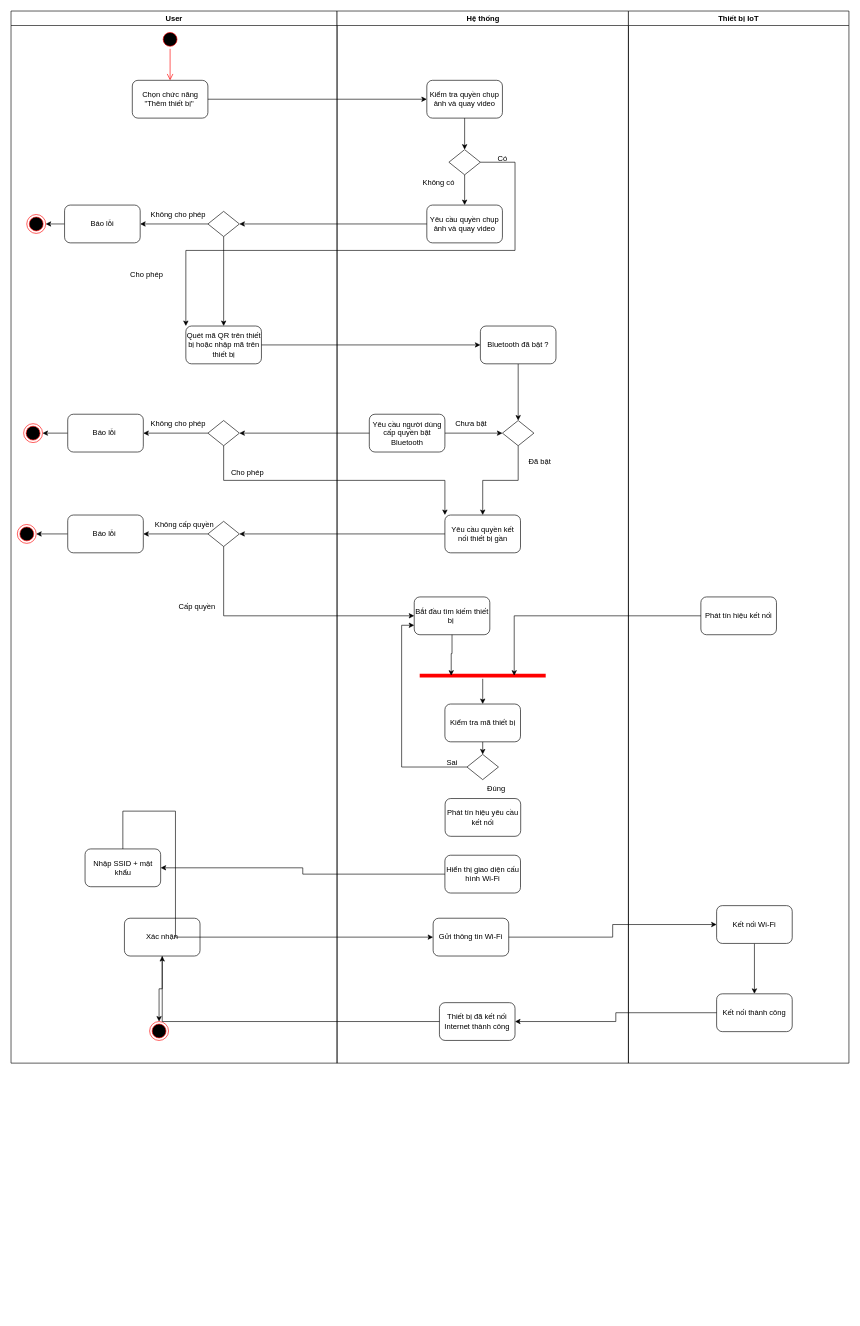
cuongceg/BTL-IT3120 keeps this draw.io diagram as Activity diagram/add_device.drawio. Above is the earlier version. Source tidied: cells renumbered, new cells numbered last; positions are measured from the earlier drawing's top-left corner, leaving out a move shared by most shapes. Both pictures are drawn from the tidied source at 63%, with x=0, y=0 at pixel (11, 11).
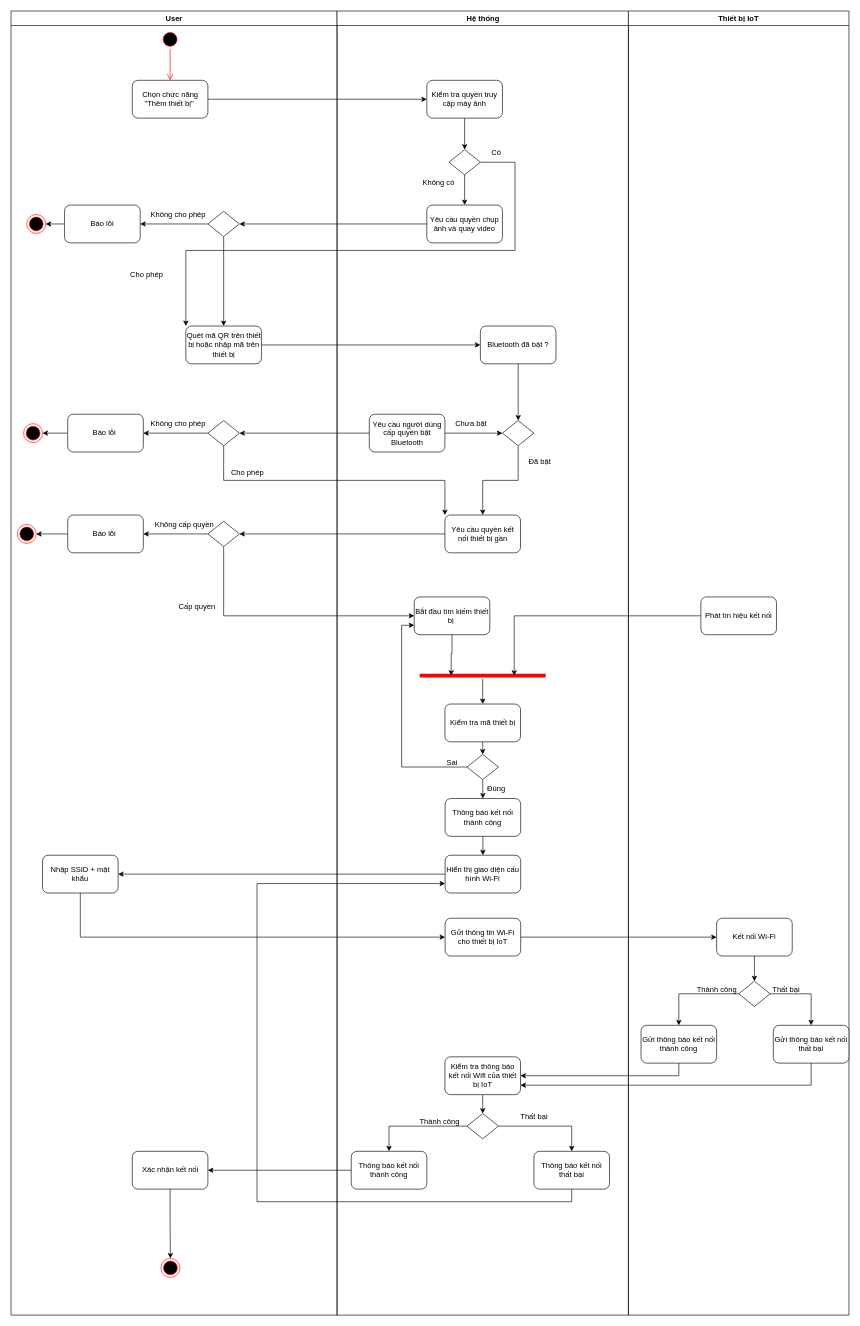
The same diagram, later.

Commit message:
Cập nhật add_device.drawio

Unchanged cells that the change refers to:
```xml
<mxCell id="59" style="rhombus;whiteSpace=wrap;html=1;" parent="33" vertex="1">
  <mxGeometry x="206.2" y="1180" width="50" height="40" as="geometry" />
</mxCell>
```

The edit, as a diff of the source:
```diff
@@
     <mxCell id="2" value="User" style="swimlane;whiteSpace=wrap;html=1;" parent="1" vertex="1">
-      <mxGeometry width="517.5" height="1670" as="geometry" />
+      <mxGeometry width="517.5" height="2070" as="geometry" />
     </mxCell>
@@
     <mxCell id="13" value="Nhập SSID + mật khẩu" style="whiteSpace=wrap;html=1;rounded=1;" parent="2" vertex="1">
-      <mxGeometry x="117.5" y="1330" width="120" height="60" as="geometry" />
+      <mxGeometry x="50" y="1340" width="120" height="60" as="geometry" />
     </mxCell>
-    <mxCell id="14" style="edgeStyle=orthogonalEdgeStyle;rounded=0;jettySize=auto;html=1;exitX=0.5;exitY=1;exitDx=0;exitDy=0;entryX=0.5;entryY=0;entryDx=0;entryDy=0;" parent="2" edge="1" source="15" target="16">
-      <mxGeometry relative="1" as="geometry" />
-    </mxCell>
-    <mxCell id="15" value="Xác nhận" style="whiteSpace=wrap;html=1;rounded=1;" parent="2" vertex="1">
-      <mxGeometry x="180" y="1440" width="120" height="60" as="geometry" />
-    </mxCell>
-    <mxCell id="16" style="ellipse;html=1;shape=endState;fillColor=#000000;strokeColor=#ff0000;" parent="2" vertex="1">
-      <mxGeometry x="220" y="1604" width="30" height="30" as="geometry" />
-    </mxCell>
@@
+    <mxCell id="83" style="edgeStyle=orthogonalEdgeStyle;rounded=0;jettySize=auto;html=1;exitX=0.5;exitY=1;exitDx=0;exitDy=0;entryX=0.5;entryY=0;entryDx=0;entryDy=0;" parent="2" edge="1" source="84" target="85">
+      <mxGeometry relative="1" as="geometry" />
+    </mxCell>
+    <mxCell id="84" value="Xác nhận kết nối" style="rounded=1;whiteSpace=wrap;html=1;" parent="2" vertex="1">
+      <mxGeometry x="192.5" y="1810" width="120" height="60" as="geometry" />
+    </mxCell>
+    <mxCell id="85" style="ellipse;html=1;shape=endState;fillColor=#000000;strokeColor=#ff0000;" parent="2" vertex="1">
+      <mxGeometry x="238" y="1980" width="30" height="30" as="geometry" />
+    </mxCell>
     <mxCell id="33" value="Hệ thống" style="swimlane;whiteSpace=wrap;html=1;" parent="1" vertex="1">
-      <mxGeometry x="517.5" width="462.5" height="1670" as="geometry" />
+      <mxGeometry x="517.5" width="462.5" height="2070" as="geometry" />
     </mxCell>
@@
-    <mxCell id="38" value="Kiểm tra quyền chụp ảnh và quay video" style="whiteSpace=wrap;html=1;rounded=1;" parent="33" vertex="1">
+    <mxCell id="38" value="Kiểm tra quyền truy cập máy ảnh" style="whiteSpace=wrap;html=1;rounded=1;" parent="33" vertex="1">
       <mxGeometry x="142.5" y="110" width="120" height="60" as="geometry" />
     </mxCell>
@@
     <mxCell id="45" value="Hiển thị giao diện cấu hình Wi-Fi" style="whiteSpace=wrap;html=1;rounded=1;" parent="33" vertex="1">
-      <mxGeometry x="171.2" y="1340" width="120" height="60" as="geometry" />
+      <mxGeometry x="171.5" y="1340" width="120" height="60" as="geometry" />
     </mxCell>
-    <mxCell id="46" value="Gửi thông tin Wi-Fi" style="whiteSpace=wrap;html=1;rounded=1;" parent="33" vertex="1">
-      <mxGeometry x="152.5" y="1440" width="120" height="60" as="geometry" />
+    <mxCell id="46" value="Gửi thông tin Wi-Fi cho thiết bị IoT" style="whiteSpace=wrap;html=1;rounded=1;" parent="33" vertex="1">
+      <mxGeometry x="171.5" y="1440" width="120" height="60" as="geometry" />
     </mxCell>
-    <mxCell id="47" value="Thiết bị đã kết nối Internet thành công" style="whiteSpace=wrap;html=1;rounded=1;" parent="33" vertex="1">
-      <mxGeometry x="162.5" y="1574" width="120" height="60" as="geometry" />
-    </mxCell>
     <mxCell id="48" value="Có" style="text;html=1;align=center;verticalAlign=middle;strokeColor=none;fillColor=none;" parent="33" vertex="1">
-      <mxGeometry x="242.5" y="220" width="40" height="30" as="geometry" />
+      <mxGeometry x="232.5" y="210" width="40" height="30" as="geometry" />
     </mxCell>
@@
+    <mxCell id="86" style="edgeStyle=orthogonalEdgeStyle;rounded=0;jettySize=auto;html=1;exitX=0.5;exitY=1;exitDx=0;exitDy=0;entryX=0.5;entryY=0;entryDx=0;entryDy=0;" parent="33" edge="1" source="59" target="62">
+      <mxGeometry relative="1" as="geometry" />
+    </mxCell>
@@
+    <mxCell id="87" style="edgeStyle=orthogonalEdgeStyle;rounded=0;jettySize=auto;html=1;exitX=0.5;exitY=1;exitDx=0;exitDy=0;entryX=0.5;entryY=0;entryDx=0;entryDy=0;" parent="33" edge="1" source="62" target="45">
+      <mxGeometry relative="1" as="geometry" />
+    </mxCell>
-    <mxCell id="62" value="Phát tín hiệu yêu cầu kết nối" style="rounded=1;whiteSpace=wrap;html=1;" parent="33" vertex="1">
+    <mxCell id="62" value="Thông báo kết nối thành công" style="rounded=1;whiteSpace=wrap;html=1;" parent="33" vertex="1">
       <mxGeometry x="171.5" y="1250" width="120" height="60" as="geometry" />
     </mxCell>
+    <mxCell id="88" style="edgeStyle=orthogonalEdgeStyle;rounded=0;jettySize=auto;html=1;exitX=0.5;exitY=1;exitDx=0;exitDy=0;entryX=0.5;entryY=0;entryDx=0;entryDy=0;" parent="33" edge="1" source="89" target="92">
+      <mxGeometry relative="1" as="geometry" />
+    </mxCell>
+    <mxCell id="89" value="Kiểm tra thông báo kết nối Wifi của thiết bị IoT" style="rounded=1;whiteSpace=wrap;html=1;" parent="33" vertex="1">
+      <mxGeometry x="171.2" y="1660" width="120" height="60" as="geometry" />
+    </mxCell>
+    <mxCell id="90" style="edgeStyle=orthogonalEdgeStyle;rounded=0;jettySize=auto;html=1;exitX=0;exitY=0.5;exitDx=0;exitDy=0;entryX=0.5;entryY=0;entryDx=0;entryDy=0;" parent="33" edge="1" source="92" target="93">
+      <mxGeometry relative="1" as="geometry" />
+    </mxCell>
+    <mxCell id="91" style="edgeStyle=orthogonalEdgeStyle;rounded=0;jettySize=auto;html=1;exitX=1;exitY=0.5;exitDx=0;exitDy=0;entryX=0.5;entryY=0;entryDx=0;entryDy=0;" parent="33" edge="1" source="92" target="95">
+      <mxGeometry relative="1" as="geometry" />
+    </mxCell>
+    <mxCell id="92" style="rhombus;whiteSpace=wrap;html=1;" parent="33" vertex="1">
+      <mxGeometry x="206.2" y="1750" width="50" height="40" as="geometry" />
+    </mxCell>
+    <mxCell id="93" value="Thông báo kết nối thành công" style="rounded=1;whiteSpace=wrap;html=1;" parent="33" vertex="1">
+      <mxGeometry x="22.5" y="1810" width="120" height="60" as="geometry" />
+    </mxCell>
+    <mxCell id="94" style="edgeStyle=orthogonalEdgeStyle;rounded=0;jettySize=auto;html=1;exitX=0.5;exitY=1;exitDx=0;exitDy=0;entryX=0;entryY=0.75;entryDx=0;entryDy=0;" parent="33" edge="1" source="95" target="45">
+      <mxGeometry relative="1" as="geometry">
+        <Array as="points">
+          <mxPoint x="373" y="1890" />
+          <mxPoint x="-127" y="1890" />
+          <mxPoint x="-127" y="1385" />
+        </Array>
+      </mxGeometry>
+    </mxCell>
+    <mxCell id="95" value="Thông báo kết nối thất bại" style="rounded=1;whiteSpace=wrap;html=1;" parent="33" vertex="1">
+      <mxGeometry x="312.5" y="1810" width="120" height="60" as="geometry" />
+    </mxCell>
+    <mxCell id="96" value="Thất bại" style="text;html=1;align=center;verticalAlign=middle;strokeColor=none;fillColor=none;" parent="33" vertex="1">
+      <mxGeometry x="277.5" y="1740" width="70" height="30" as="geometry" />
+    </mxCell>
@@
     <mxCell id="69" value="Thiết bị IoT" style="swimlane;whiteSpace=wrap;html=1;" parent="1" vertex="1">
-      <mxGeometry x="980" width="350" height="1670" as="geometry" />
+      <mxGeometry x="980" width="350" height="2070" as="geometry" />
     </mxCell>
@@
-    <mxCell id="71" style="edgeStyle=orthogonalEdgeStyle;rounded=0;jettySize=auto;html=1;" parent="69" edge="1" source="72" target="73">
-      <mxGeometry relative="1" as="geometry" />
-    </mxCell>
     <mxCell id="72" value="Kết nối Wi-Fi" style="whiteSpace=wrap;html=1;rounded=1;" parent="69" vertex="1">
-      <mxGeometry x="140" y="1420" width="120" height="60" as="geometry" />
+      <mxGeometry x="140" y="1440" width="120" height="60" as="geometry" />
     </mxCell>
-    <mxCell id="73" value="Kết nối thành công" style="whiteSpace=wrap;html=1;rounded=1;" parent="69" vertex="1">
-      <mxGeometry x="140" y="1560" width="120" height="60" as="geometry" />
+    <mxCell id="73" value="Gửi thông báo kết nối thành công" style="whiteSpace=wrap;html=1;rounded=1;" parent="69" vertex="1">
+      <mxGeometry x="20" y="1610" width="120" height="60" as="geometry" />
     </mxCell>
+    <mxCell id="97" style="edgeStyle=orthogonalEdgeStyle;rounded=0;jettySize=auto;html=1;exitX=0;exitY=0.5;exitDx=0;exitDy=0;" parent="69" edge="1" source="99" target="73">
+      <mxGeometry relative="1" as="geometry" />
+    </mxCell>
+    <mxCell id="98" style="edgeStyle=orthogonalEdgeStyle;rounded=0;jettySize=auto;html=1;exitX=1;exitY=0.5;exitDx=0;exitDy=0;entryX=0.5;entryY=0;entryDx=0;entryDy=0;" parent="69" edge="1" source="99" target="101">
+      <mxGeometry relative="1" as="geometry" />
+    </mxCell>
+    <mxCell id="99" style="rhombus;whiteSpace=wrap;html=1;" parent="69" vertex="1">
+      <mxGeometry x="175" y="1540" width="50" height="40" as="geometry" />
+    </mxCell>
+    <mxCell id="100" style="edgeStyle=orthogonalEdgeStyle;rounded=0;jettySize=auto;html=1;" parent="69" edge="1" source="72" target="99">
+      <mxGeometry relative="1" as="geometry" />
+    </mxCell>
+    <mxCell id="101" value="Gửi thông báo kết nối thất bại" style="rounded=1;whiteSpace=wrap;html=1;" parent="69" vertex="1">
+      <mxGeometry x="230" y="1610" width="120" height="60" as="geometry" />
+    </mxCell>
@@
-    <mxCell id="75" style="edgeStyle=orthogonalEdgeStyle;rounded=0;jettySize=auto;html=1;" parent="1" edge="1" source="13" target="46">
-      <mxGeometry relative="1" as="geometry">
-        <Array as="points">
-          <mxPoint x="261" y="1270" />
-        </Array>
-      </mxGeometry>
-    </mxCell>
@@
-    <mxCell id="77" style="edgeStyle=orthogonalEdgeStyle;rounded=0;jettySize=auto;html=1;" parent="1" edge="1" source="73" target="47">
-      <mxGeometry relative="1" as="geometry" />
-    </mxCell>
-    <mxCell id="78" style="edgeStyle=orthogonalEdgeStyle;rounded=0;jettySize=auto;html=1;" parent="1" edge="1" source="47" target="15">
-      <mxGeometry relative="1" as="geometry" />
-    </mxCell>
@@
+    <mxCell id="102" value="Thành công" style="text;html=1;align=center;verticalAlign=middle;strokeColor=none;fillColor=none;" parent="1" vertex="1">
+      <mxGeometry x="1075" y="1538" width="90" height="30" as="geometry" />
+    </mxCell>
+    <mxCell id="103" value="Thất bại" style="text;html=1;align=center;verticalAlign=middle;strokeColor=none;fillColor=none;" parent="1" vertex="1">
+      <mxGeometry x="1195" y="1538" width="70" height="30" as="geometry" />
+    </mxCell>
+    <mxCell id="104" style="edgeStyle=orthogonalEdgeStyle;rounded=0;jettySize=auto;html=1;exitX=0.5;exitY=1;exitDx=0;exitDy=0;entryX=1;entryY=0.5;entryDx=0;entryDy=0;" parent="1" edge="1" source="73" target="89">
+      <mxGeometry relative="1" as="geometry" />
+    </mxCell>
+    <mxCell id="105" style="edgeStyle=orthogonalEdgeStyle;rounded=0;jettySize=auto;html=1;exitX=0.5;exitY=1;exitDx=0;exitDy=0;entryX=1;entryY=0.75;entryDx=0;entryDy=0;" parent="1" edge="1" source="101" target="89">
+      <mxGeometry relative="1" as="geometry" />
+    </mxCell>
+    <mxCell id="75" style="edgeStyle=orthogonalEdgeStyle;rounded=0;jettySize=auto;html=1;exitX=0.5;exitY=1;exitDx=0;exitDy=0;entryX=0;entryY=0.5;entryDx=0;entryDy=0;" parent="1" edge="1" source="13" target="46">
+      <mxGeometry relative="1" as="geometry" />
+    </mxCell>
+    <mxCell id="106" value="Thành công" style="text;html=1;align=center;verticalAlign=middle;strokeColor=none;fillColor=none;" parent="1" vertex="1">
+      <mxGeometry x="635" y="1748" width="90" height="30" as="geometry" />
+    </mxCell>
+    <mxCell id="107" style="edgeStyle=orthogonalEdgeStyle;rounded=0;jettySize=auto;html=1;exitX=0;exitY=0.5;exitDx=0;exitDy=0;entryX=1;entryY=0.5;entryDx=0;entryDy=0;" parent="1" edge="1" source="93" target="84">
+      <mxGeometry relative="1" as="geometry" />
+    </mxCell>
```
